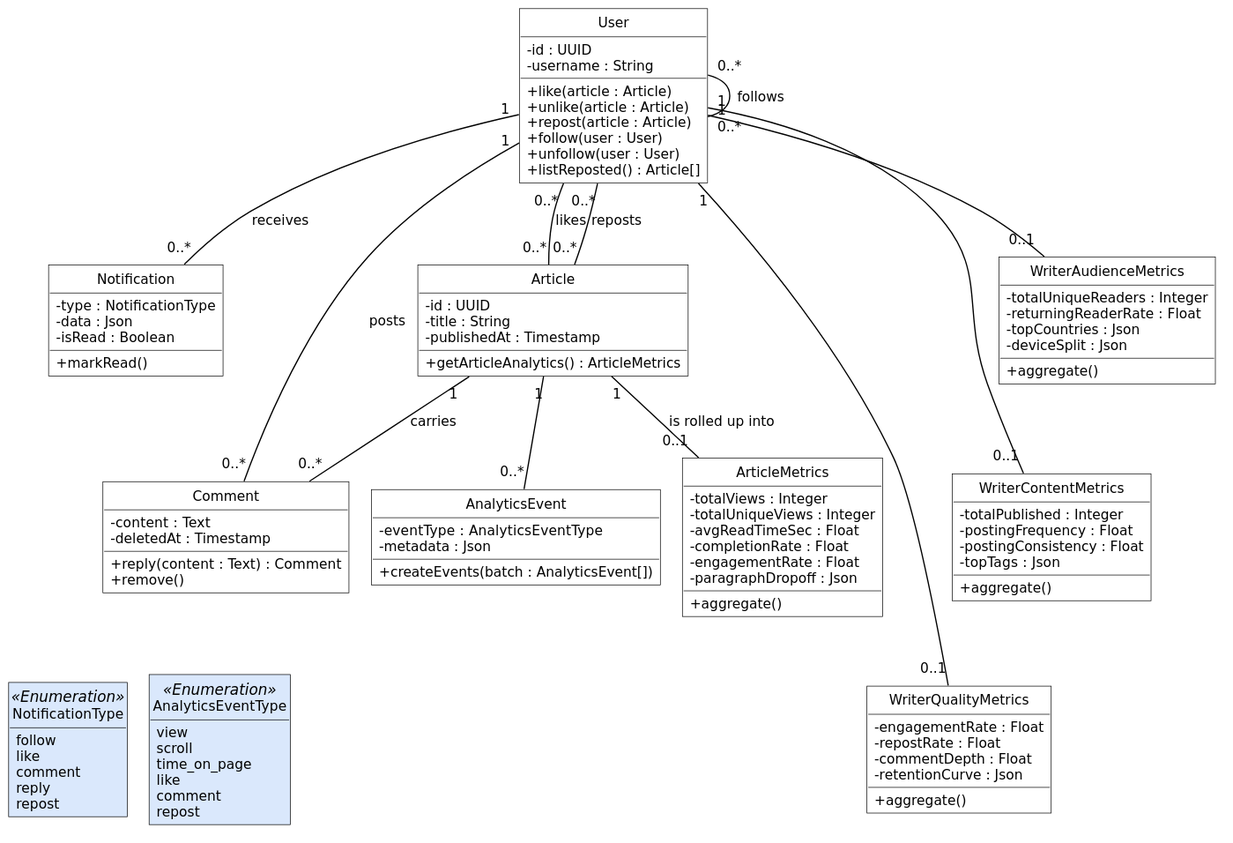
Earlier version of the PlantUML export diagrams/fig-5-2-classes-sprint-3/fig-5-2-classes-sprint-3.svg (inkwell-dev/spec.inkwell.ai).
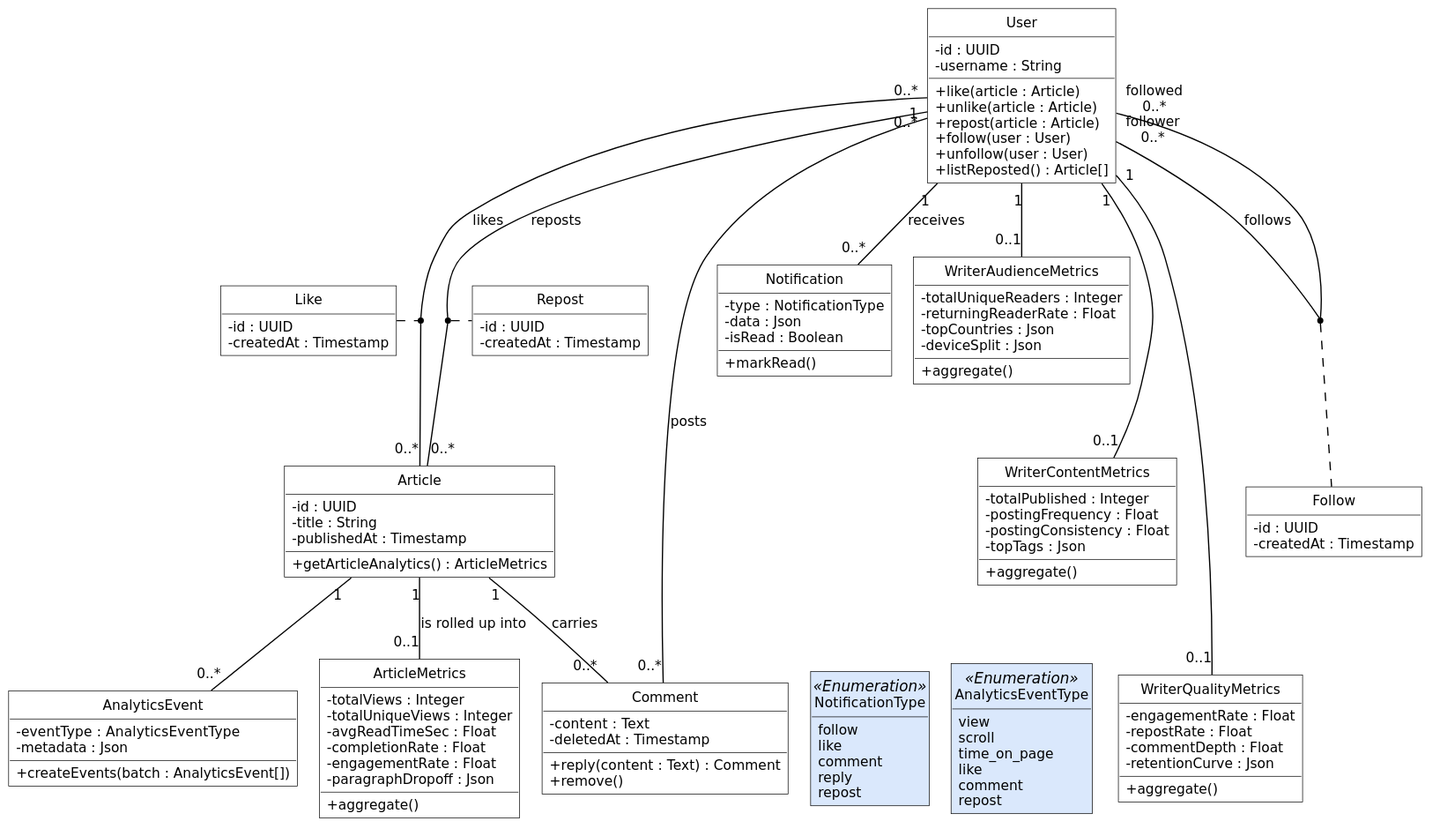
Above is the later version.

Commit message:
docs(report): association classes in the Sprint 3 and Sprint 7 class diagrams

Diff of the diagram source:
```diff
@@ -26,6 +26,18 @@
   - deletedAt : Timestamp
   + reply(content : Text) : Comment
   + remove()
+}
+class Like {
+  - id : UUID
+  - createdAt : Timestamp
+}
+class Repost {
+  - id : UUID
+  - createdAt : Timestamp
+}
+class Follow {
+  - id : UUID
+  - createdAt : Timestamp
 }
 class Notification {
   - type : NotificationType
@@ -86,9 +98,12 @@
 }
 
 User "0..*" -- "0..*" Article : likes
+(User, Article) .. Like
 User "1" -- "0..*" Comment : posts
 User "0..*" -- "0..*" Article : reposts
-User "0..*" -- "0..*" User : follows
+(User, Article) .. Repost
+User "follower\n0..*" -- "followed\n0..*" User : follows
+(User, User) .. Follow
 User "1" -- "0..*" Notification : receives
 Article "1" -- "0..*" Comment : carries
 Article "1" -- "0..*" AnalyticsEvent
```
